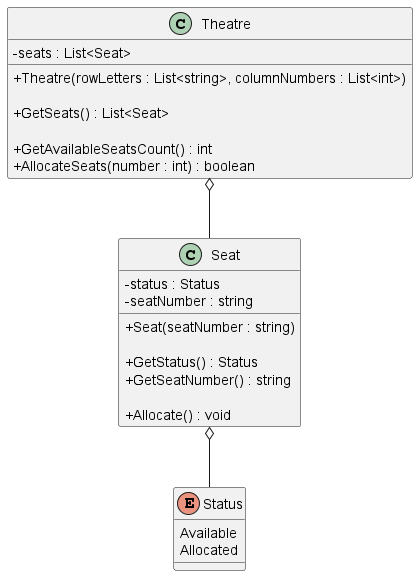
This is diagrams/cinnamon cinemas.png from iamfranco/CinnamonCinemasChallenge, a PlantUML export, as it was before one commit.
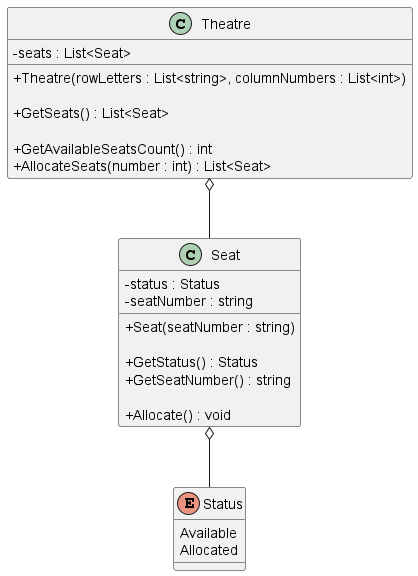
Later version of the same file.

Commit message:
modify AllocateSeats method of Theatre class to return list of allocated seats, modify with unit test and UML diagram

What changed in the source:
```diff
@@ -9,7 +9,7 @@
     + GetSeats() : List<Seat>
 
     + GetAvailableSeatsCount() : int
-    + AllocateSeats(number : int) : boolean
+    + AllocateSeats(number : int) : List<Seat>
 }
 
 class Seat {
```
